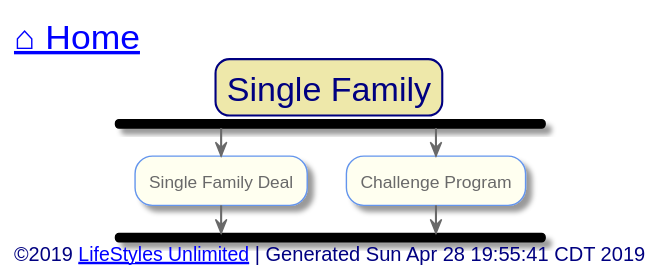
The PlantUML diagram out/src/single-family/index.svg in toddmo/lifestylesunlimited, before a commit.
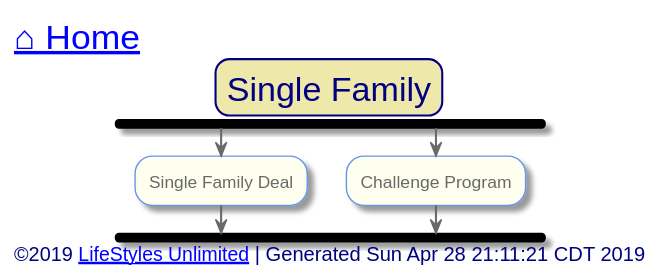
Above is the later version.

Change to the diagram source:
```diff
@@ -75,7 +75,7 @@
 
 
 left header
-	<font color=Navy size=24>[[../index.svg ⌂ Home]]</font>
+	<font color=Navy size=24>[[../index.svg?sanitize=true ⌂ Home]]</font>
 endheader
 
 
@@ -90,7 +90,7 @@
 
 
 left footer
-	<font size=14>©2019 [[http://www.lifestylesunlimited.com LifeStyles Unlimited]] | Generated Sun Apr 28 19:55:41 CDT 2019</font>
+	<font size=14>©2019 [[http://www.lifestylesunlimited.com LifeStyles Unlimited]] | Generated Sun Apr 28 21:11:21 CDT 2019</font>
 endfooter
 
 
```
